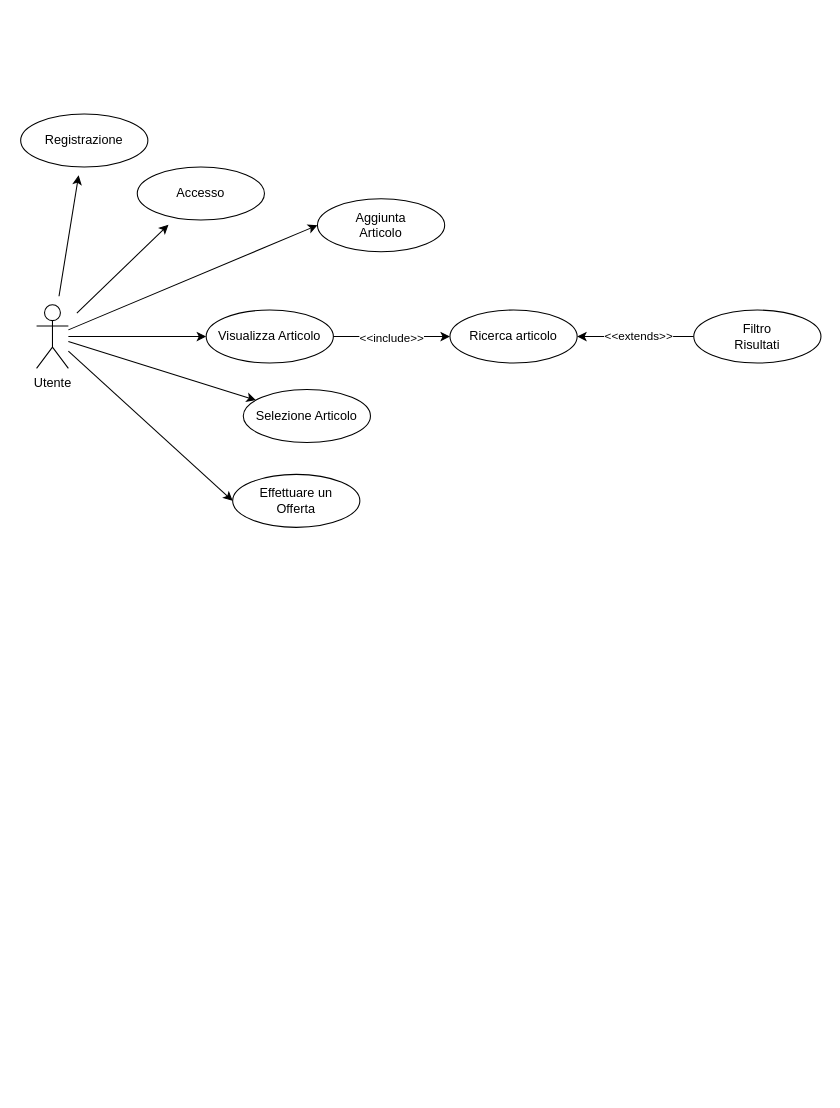
Before: documenti/Use Cases.drawio in Chaos-Rat/GAO, a draw.io diagram. Source tidied: cells renumbered, new cells numbered last; positions are measured from the earlier drawing's top-left corner, leaving out a move shared by most shapes. Both pictures are drawn from the tidied source at 106%, with x=0, y=0 at pixel (20, 113).
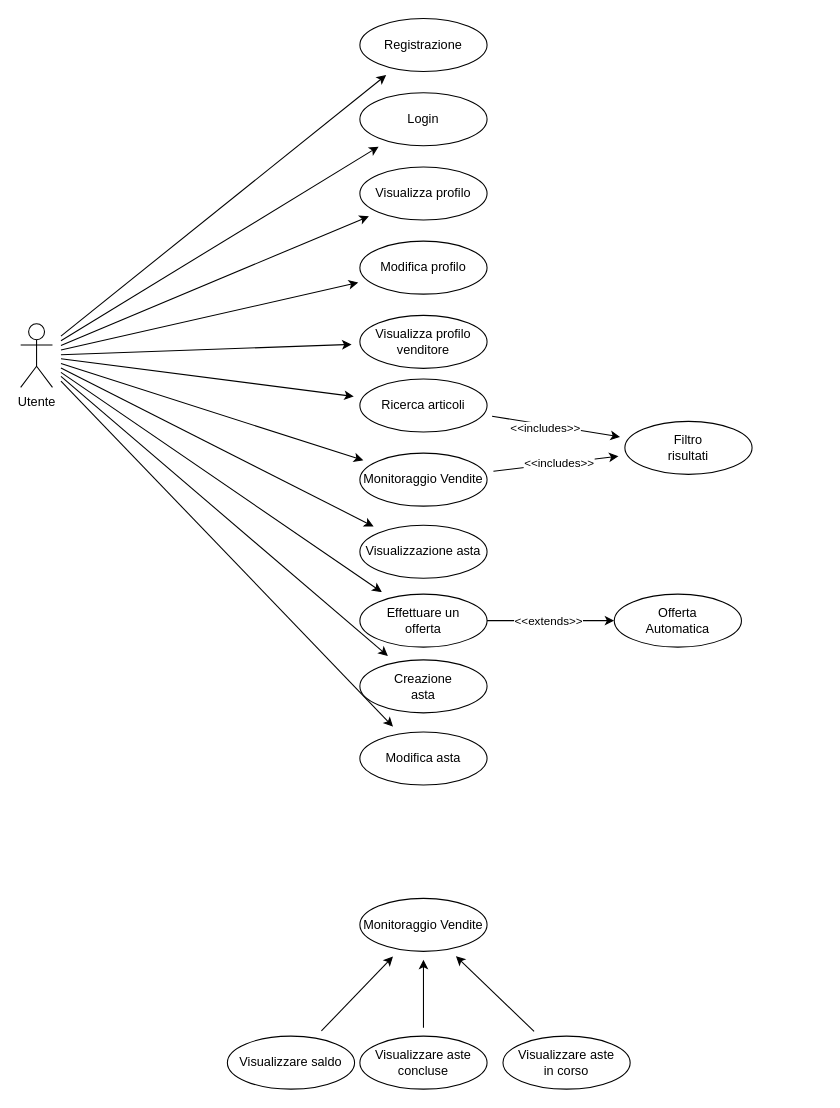
The same diagram, later.

Diff of the diagram source:
```diff
@@
-    <mxCell id="3" style="edgeStyle=none;rounded=0;jettySize=auto;html=1;strokeColor=default;align=center;verticalAlign=middle;fontFamily=Helvetica;fontSize=11;fontColor=default;labelBackgroundColor=default;endArrow=classic;sourcePerimeterSpacing=8;targetPerimeterSpacing=8;" parent="1" edge="1" source="4" target="6">
+    <mxCell id="3" style="edgeStyle=none;shape=connector;rounded=0;jettySize=auto;html=1;labelBackgroundColor=default;strokeColor=default;align=center;verticalAlign=middle;fontFamily=Helvetica;fontSize=11;fontColor=default;endArrow=classic;sourcePerimeterSpacing=8;targetPerimeterSpacing=8;" parent="1" edge="1" source="4" target="6">
       <mxGeometry relative="1" as="geometry" />
     </mxCell>
+    <mxCell id="8" style="edgeStyle=none;shape=connector;rounded=0;jettySize=auto;html=1;labelBackgroundColor=default;strokeColor=default;align=center;verticalAlign=middle;fontFamily=Helvetica;fontSize=11;fontColor=default;endArrow=classic;sourcePerimeterSpacing=8;targetPerimeterSpacing=8;" parent="1" edge="1" source="4" target="7">
+      <mxGeometry relative="1" as="geometry" />
+    </mxCell>
+    <mxCell id="10" style="edgeStyle=none;shape=connector;rounded=0;jettySize=auto;html=1;labelBackgroundColor=default;strokeColor=default;align=center;verticalAlign=middle;fontFamily=Helvetica;fontSize=11;fontColor=default;endArrow=classic;sourcePerimeterSpacing=8;targetPerimeterSpacing=8;" parent="1" edge="1" source="4" target="9">
+      <mxGeometry relative="1" as="geometry" />
+    </mxCell>
+    <mxCell id="20" style="edgeStyle=none;shape=connector;rounded=0;jettySize=auto;html=1;labelBackgroundColor=default;strokeColor=default;align=center;verticalAlign=middle;fontFamily=Helvetica;fontSize=11;fontColor=default;endArrow=classic;sourcePerimeterSpacing=8;targetPerimeterSpacing=8;" parent="1" edge="1" source="4" target="19">
+      <mxGeometry relative="1" as="geometry" />
+    </mxCell>
+    <mxCell id="21" style="edgeStyle=none;shape=connector;rounded=0;jettySize=auto;html=1;labelBackgroundColor=default;strokeColor=default;align=center;verticalAlign=middle;fontFamily=Helvetica;fontSize=11;fontColor=default;endArrow=classic;sourcePerimeterSpacing=8;targetPerimeterSpacing=8;" parent="1" edge="1" source="4" target="33">
+      <mxGeometry relative="1" as="geometry" />
+    </mxCell>
+    <mxCell id="22" style="edgeStyle=none;shape=connector;rounded=0;jettySize=auto;html=1;labelBackgroundColor=default;strokeColor=default;align=center;verticalAlign=middle;fontFamily=Helvetica;fontSize=11;fontColor=default;endArrow=classic;sourcePerimeterSpacing=8;targetPerimeterSpacing=8;" parent="1" edge="1" source="4" target="15">
+      <mxGeometry relative="1" as="geometry" />
+    </mxCell>
+    <mxCell id="23" style="edgeStyle=none;shape=connector;rounded=0;jettySize=auto;html=1;labelBackgroundColor=default;strokeColor=default;align=center;verticalAlign=middle;fontFamily=Helvetica;fontSize=11;fontColor=default;endArrow=classic;sourcePerimeterSpacing=8;targetPerimeterSpacing=8;" parent="1" edge="1" source="4" target="41">
+      <mxGeometry relative="1" as="geometry" />
+    </mxCell>
+    <mxCell id="24" style="edgeStyle=none;rounded=0;jettySize=auto;html=1;strokeColor=default;align=center;verticalAlign=middle;fontFamily=Helvetica;fontSize=11;fontColor=default;labelBackgroundColor=default;endArrow=classic;sourcePerimeterSpacing=8;targetPerimeterSpacing=8;" parent="1" edge="1" source="4" target="42">
+      <mxGeometry relative="1" as="geometry" />
+    </mxCell>
+    <mxCell id="25" style="edgeStyle=none;rounded=0;jettySize=auto;html=1;strokeColor=default;align=center;verticalAlign=middle;fontFamily=Helvetica;fontSize=11;fontColor=default;labelBackgroundColor=default;endArrow=classic;sourcePerimeterSpacing=8;targetPerimeterSpacing=8;" parent="1" edge="1" source="4" target="43">
+      <mxGeometry relative="1" as="geometry" />
+    </mxCell>
+    <mxCell id="26" style="edgeStyle=none;rounded=0;jettySize=auto;html=1;strokeColor=default;align=center;verticalAlign=middle;fontFamily=Helvetica;fontSize=11;fontColor=default;labelBackgroundColor=default;endArrow=classic;sourcePerimeterSpacing=8;targetPerimeterSpacing=8;" parent="1" edge="1" source="4" target="44">
+      <mxGeometry relative="1" as="geometry" />
+    </mxCell>
     <mxCell id="4" value="Utente" style="shape=umlActor;verticalLabelPosition=bottom;verticalAlign=top;html=1;outlineConnect=0;" parent="1" vertex="1">
-      <mxGeometry x="15" y="180" width="30" height="60" as="geometry" />
+      <mxGeometry y="198" width="30" height="60" as="geometry" />
     </mxCell>
     <mxCell id="5" value="Registrazione" style="ellipse;whiteSpace=wrap;html=1;" parent="1" vertex="1">
-      <mxGeometry width="120" height="50" as="geometry" />
+      <mxGeometry x="320" y="-90" width="120" height="50" as="geometry" />
     </mxCell>
-    <mxCell id="6" value="Accesso" style="ellipse;whiteSpace=wrap;html=1;" parent="1" vertex="1">
-      <mxGeometry x="110" y="50" width="120" height="50" as="geometry" />
+    <mxCell id="6" value="Login" style="ellipse;whiteSpace=wrap;html=1;" parent="1" vertex="1">
+      <mxGeometry x="320" y="-20" width="120" height="50" as="geometry" />
     </mxCell>
-    <mxCell id="7" value="Selezione Articolo" style="ellipse;whiteSpace=wrap;html=1;" parent="1" vertex="1">
-      <mxGeometry x="210" y="260" width="120" height="50" as="geometry" />
+    <mxCell id="7" value="Visualizzazione asta" style="ellipse;whiteSpace=wrap;html=1;" parent="1" vertex="1">
+      <mxGeometry x="320" y="388" width="120" height="50" as="geometry" />
     </mxCell>
-    <mxCell id="8" style="endArrow=classic;html=1;rounded=0;" parent="1" edge="1" source="4" target="7">
-      <mxGeometry relative="1" as="geometry" />
-    </mxCell>
-    <mxCell id="9" value="Effettuare un &lt;br&gt;Offerta" style="ellipse;whiteSpace=wrap;html=1;" parent="1" vertex="1">
-      <mxGeometry x="200" y="340" width="120" height="50" as="geometry" />
+    <mxCell id="9" value="Effettuare un &lt;br&gt;offerta" style="ellipse;whiteSpace=wrap;html=1;" parent="1" vertex="1">
+      <mxGeometry x="320" y="453" width="120" height="50" as="geometry" />
     </mxCell>
-    <mxCell id="10" style="endArrow=classic;html=1;rounded=0;entryX=0;entryY=0.5;entryDx=0;entryDy=0;" parent="1" edge="1" source="4" target="9">
-      <mxGeometry relative="1" as="geometry" />
-    </mxCell>
-    <mxCell id="11" value="Visualizza Articolo" style="ellipse;whiteSpace=wrap;html=1;" parent="1" vertex="1">
-      <mxGeometry x="175" y="185" width="120" height="50" as="geometry" />
-    </mxCell>
-    <mxCell id="12" style="endArrow=classic;html=1;rounded=0;entryX=0;entryY=0.5;entryDx=0;entryDy=0;" parent="1" edge="1" source="4" target="11">
-      <mxGeometry relative="1" as="geometry" />
-    </mxCell>
-    <mxCell id="13" style="endArrow=classic;html=1;rounded=0;exitX=1;exitY=0.5;exitDx=0;exitDy=0;entryX=0;entryY=0.5;entryDx=0;entryDy=0;" parent="1" edge="1" source="11" target="15">
-      <mxGeometry relative="1" as="geometry" />
-    </mxCell>
-    <mxCell id="14" value="&amp;lt;&amp;lt;include&amp;gt;&amp;gt;" style="edgeLabel;html=1;align=center;verticalAlign=middle;" parent="13" vertex="1">
-      <mxGeometry x="-0.02" y="-1" relative="1" as="geometry" />
-    </mxCell>
+    <mxCell id="27" style="edgeStyle=none;shape=connector;rounded=0;jettySize=auto;html=1;labelBackgroundColor=default;strokeColor=default;align=center;verticalAlign=middle;fontFamily=Helvetica;fontSize=11;fontColor=default;endArrow=classic;sourcePerimeterSpacing=8;targetPerimeterSpacing=8;" parent="1" edge="1" source="15" target="18">
+      <mxGeometry relative="1" as="geometry" />
+    </mxCell>
+    <mxCell id="28" value="&amp;lt;&amp;lt;includes&amp;gt;&amp;gt;" style="edgeLabel;html=1;align=center;verticalAlign=middle;fontSize=11;fontFamily=Helvetica;fontColor=default;" parent="27" vertex="1">
+      <mxGeometry x="-0.17" y="-3" relative="1" as="geometry" />
+    </mxCell>
-    <mxCell id="15" value="Ricerca articolo" style="ellipse;whiteSpace=wrap;html=1;" parent="1" vertex="1">
-      <mxGeometry x="405" y="185" width="120" height="50" as="geometry" />
+    <mxCell id="15" value="Ricerca articoli" style="ellipse;whiteSpace=wrap;html=1;" parent="1" vertex="1">
+      <mxGeometry x="320" y="250" width="120" height="50" as="geometry" />
     </mxCell>
-    <mxCell id="16" style="endArrow=classic;html=1;rounded=0;entryX=1;entryY=0.5;entryDx=0;entryDy=0;exitX=0;exitY=0.5;exitDx=0;exitDy=0;" parent="1" edge="1" source="18" target="15">
-      <mxGeometry relative="1" as="geometry" />
-    </mxCell>
-    <mxCell id="17" value="&amp;lt;&amp;lt;extends&amp;gt;&amp;gt;" style="edgeLabel;html=1;align=center;verticalAlign=middle;" parent="16" vertex="1">
-      <mxGeometry x="-0.04" y="-1" relative="1" as="geometry" />
-    </mxCell>
-    <mxCell id="18" value="Filtro&lt;br&gt;Risultati" style="ellipse;whiteSpace=wrap;html=1;" parent="1" vertex="1">
-      <mxGeometry x="635" y="185" width="120" height="50" as="geometry" />
+    <mxCell id="18" value="Filtro&lt;br&gt;risultati" style="ellipse;whiteSpace=wrap;html=1;" parent="1" vertex="1">
+      <mxGeometry x="570" y="290" width="120" height="50" as="geometry" />
     </mxCell>
-    <mxCell id="19" value="Aggiunta&lt;br&gt;Articolo" style="ellipse;whiteSpace=wrap;html=1;" parent="1" vertex="1">
-      <mxGeometry x="280" y="80" width="120" height="50" as="geometry" />
+    <mxCell id="19" value="Creazione&lt;br&gt;asta" style="ellipse;whiteSpace=wrap;html=1;" parent="1" vertex="1">
+      <mxGeometry x="320" y="515" width="120" height="50" as="geometry" />
     </mxCell>
-    <mxCell id="20" style="endArrow=classic;html=1;rounded=0;entryX=0;entryY=0.5;entryDx=0;entryDy=0;" parent="1" edge="1" source="4" target="19">
-      <mxGeometry relative="1" as="geometry" />
-    </mxCell>
+    <mxCell id="29" style="endArrow=classic;html=1;rounded=0;exitX=1;exitY=0.5;exitDx=0;exitDy=0;entryX=0;entryY=0.5;entryDx=0;entryDy=0;" parent="1" edge="1" source="9" target="30">
+      <mxGeometry relative="1" as="geometry" />
+    </mxCell>
+    <mxCell id="17" value="&amp;lt;&amp;lt;extends&amp;gt;&amp;gt;" style="edgeLabel;html=1;align=center;verticalAlign=middle;" parent="29" vertex="1">
+      <mxGeometry x="-0.05" relative="1" as="geometry" />
+    </mxCell>
+    <mxCell id="30" value="Offerta&lt;br&gt;Automatica" style="ellipse;whiteSpace=wrap;html=1;" parent="1" vertex="1">
+      <mxGeometry x="560" y="453" width="120" height="50" as="geometry" />
+    </mxCell>
+    <mxCell id="31" style="edgeStyle=none;rounded=0;jettySize=auto;html=1;strokeColor=default;align=center;verticalAlign=middle;fontFamily=Helvetica;fontSize=11;fontColor=default;labelBackgroundColor=default;endArrow=classic;sourcePerimeterSpacing=8;targetPerimeterSpacing=8;" parent="1" edge="1" source="33" target="18">
+      <mxGeometry relative="1" as="geometry" />
+    </mxCell>
+    <mxCell id="32" value="&amp;lt;&amp;lt;includes&amp;gt;&amp;gt;" style="edgeLabel;html=1;align=center;verticalAlign=middle;fontSize=11;fontFamily=Helvetica;fontColor=default;" parent="31" vertex="1">
+      <mxGeometry x="0.04" relative="1" as="geometry" />
+    </mxCell>
+    <mxCell id="33" value="Monitoraggio Vendite" style="ellipse;whiteSpace=wrap;html=1;" parent="1" vertex="1">
+      <mxGeometry x="320" y="320" width="120" height="50" as="geometry" />
+    </mxCell>
+    <mxCell id="34" value="Monitoraggio Vendite" style="ellipse;whiteSpace=wrap;html=1;" parent="1" vertex="1">
+      <mxGeometry x="320" y="740" width="120" height="50" as="geometry" />
+    </mxCell>
+    <mxCell id="35" style="edgeStyle=none;rounded=0;jettySize=auto;html=1;strokeColor=default;align=center;verticalAlign=middle;fontFamily=Helvetica;fontSize=11;fontColor=default;labelBackgroundColor=default;endArrow=classic;sourcePerimeterSpacing=8;targetPerimeterSpacing=8;" parent="1" edge="1" source="36" target="34">
+      <mxGeometry relative="1" as="geometry" />
+    </mxCell>
+    <mxCell id="36" value="Visualizzare aste&lt;br&gt;concluse" style="ellipse;whiteSpace=wrap;html=1;" parent="1" vertex="1">
+      <mxGeometry x="320" y="870" width="120" height="50" as="geometry" />
+    </mxCell>
+    <mxCell id="37" style="edgeStyle=none;rounded=0;jettySize=auto;html=1;strokeColor=default;align=center;verticalAlign=middle;fontFamily=Helvetica;fontSize=11;fontColor=default;labelBackgroundColor=default;endArrow=classic;sourcePerimeterSpacing=8;targetPerimeterSpacing=8;" parent="1" edge="1" source="38" target="34">
+      <mxGeometry relative="1" as="geometry" />
+    </mxCell>
+    <mxCell id="38" value="Visualizzare aste&lt;br&gt;in corso" style="ellipse;whiteSpace=wrap;html=1;" parent="1" vertex="1">
+      <mxGeometry x="455" y="870" width="120" height="50" as="geometry" />
+    </mxCell>
+    <mxCell id="39" style="edgeStyle=none;rounded=0;jettySize=auto;html=1;strokeColor=default;align=center;verticalAlign=middle;fontFamily=Helvetica;fontSize=11;fontColor=default;labelBackgroundColor=default;endArrow=classic;sourcePerimeterSpacing=8;targetPerimeterSpacing=8;" parent="1" edge="1" source="40" target="34">
+      <mxGeometry relative="1" as="geometry" />
+    </mxCell>
+    <mxCell id="40" value="Visualizzare saldo" style="ellipse;whiteSpace=wrap;html=1;" parent="1" vertex="1">
+      <mxGeometry x="195" y="870" width="120" height="50" as="geometry" />
+    </mxCell>
+    <mxCell id="41" value="Modifica asta" style="ellipse;whiteSpace=wrap;html=1;" parent="1" vertex="1">
+      <mxGeometry x="320" y="583" width="120" height="50" as="geometry" />
+    </mxCell>
+    <mxCell id="42" value="Visualizza profilo" style="ellipse;whiteSpace=wrap;html=1;" parent="1" vertex="1">
+      <mxGeometry x="320" y="50" width="120" height="50" as="geometry" />
+    </mxCell>
+    <mxCell id="43" value="Modifica profilo" style="ellipse;whiteSpace=wrap;html=1;" parent="1" vertex="1">
+      <mxGeometry x="320" y="120" width="120" height="50" as="geometry" />
+    </mxCell>
+    <mxCell id="44" value="Visualizza profilo venditore" style="ellipse;whiteSpace=wrap;html=1;" parent="1" vertex="1">
+      <mxGeometry x="320" y="190" width="120" height="50" as="geometry" />
+    </mxCell>
```
